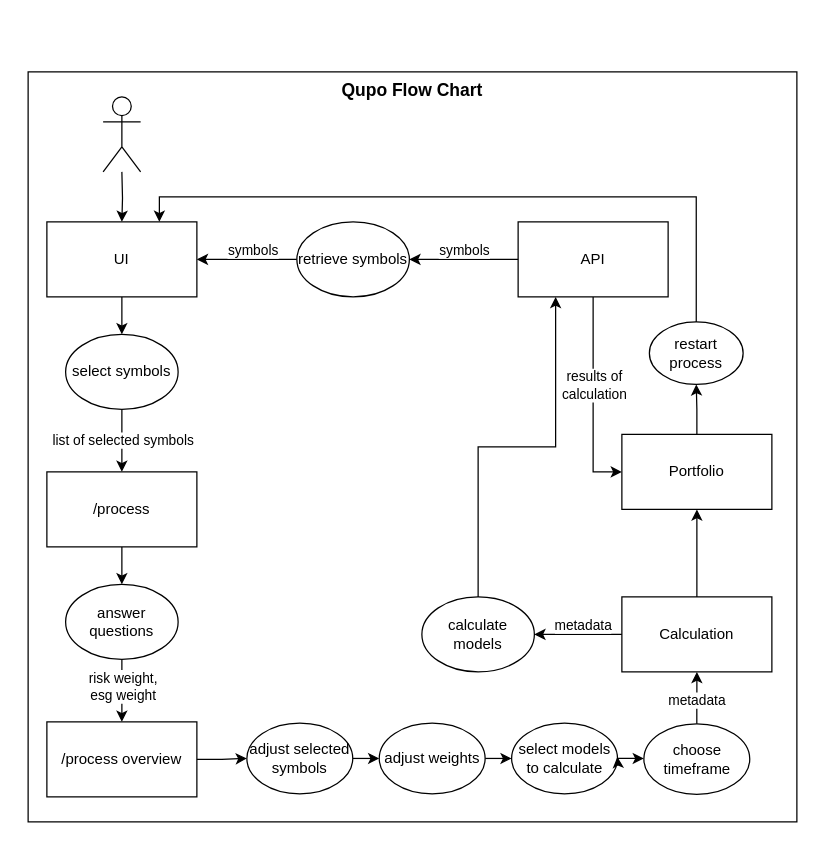
This is docs/arch/Qupo_Flow_Chart.drawio from openkfw/qupo, a draw.io file, before an edit. Source tidied: cells renumbered, new cells numbered last; positions are measured from the earlier drawing's top-left corner, leaving out a move shared by most shapes. Both pictures are drawn from the tidied source at 125%, with x=0, y=0 at pixel (28, 71).
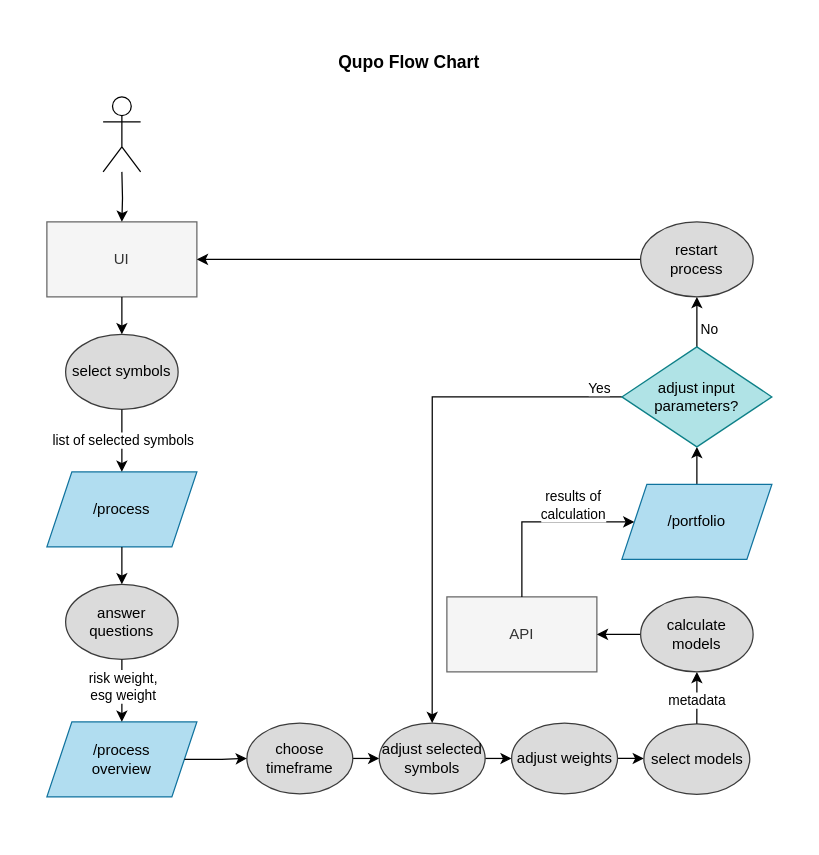
Above is the later version.

The change refers to these unchanged cells:
```xml
<mxCell id="21" style="group;" parent="2" vertex="1">
  <mxGeometry x="160" y="501" width="402.4" height="60" as="geometry" />
</mxCell>
```

Change to the diagram source:
```diff
@@
     <mxCell id="2" style="group;" parent="1" vertex="1">
-      <mxGeometry x="15" y="20" width="600" height="580" as="geometry" />
+      <mxGeometry x="15" y="20" width="600" height="590" as="geometry" />
     </mxCell>
-    <mxCell id="3" value="&lt;font style=&quot;font-size: 14px;&quot;&gt;&lt;b&gt;Qupo Flow Chart&lt;/b&gt;&lt;/font&gt;" style="rounded=0;whiteSpace=wrap;html=1;verticalAlign=top;" parent="2" vertex="1">
-      <mxGeometry x="-15" y="-20" width="615" height="600" as="geometry" />
+    <mxCell id="3" value="&lt;font style=&quot;font-size: 14px;&quot;&gt;&lt;b&gt;&lt;br&gt;Qupo Flow Chart&lt;/b&gt;&lt;/font&gt;" style="rounded=0;whiteSpace=wrap;html=1;verticalAlign=top;strokeColor=none;" parent="2" vertex="1">
+      <mxGeometry x="-20" y="-60" width="620" height="640" as="geometry" />
     </mxCell>
-    <mxCell id="4" value="UI" style="rounded=0;whiteSpace=wrap;html=1;" parent="2" vertex="1">
+    <mxCell id="4" value="UI" style="rounded=0;whiteSpace=wrap;html=1;strokeColor=#666666;fillColor=#f5f5f5;fontColor=#333333;" parent="2" vertex="1">
       <mxGeometry y="100" width="120" height="60" as="geometry" />
     </mxCell>
-    <mxCell id="5" value="API" style="rounded=0;whiteSpace=wrap;html=1;" parent="2" vertex="1">
-      <mxGeometry x="377" y="100" width="120" height="60" as="geometry" />
+    <mxCell id="5" value="API" style="rounded=0;whiteSpace=wrap;html=1;fillColor=#f5f5f5;strokeColor=#666666;fontColor=#333333;" parent="2" vertex="1">
+      <mxGeometry x="320" y="400" width="120" height="60" as="geometry" />
     </mxCell>
-    <mxCell id="6" style="edgeStyle=orthogonalEdgeStyle;rounded=0;jettySize=auto;html=1;exitX=0;exitY=0.5;exitDx=0;exitDy=0;entryX=1;entryY=0.5;entryDx=0;entryDy=0;" parent="2" edge="1" source="8" target="4">
-      <mxGeometry relative="1" as="geometry" />
-    </mxCell>
-    <mxCell id="7" value="symbols" style="edgeLabel;html=1;align=center;verticalAlign=middle;" parent="6" vertex="1">
-      <mxGeometry x="0.03" y="2" relative="1" as="geometry">
-        <mxPoint x="5" y="-10" as="offset" />
-      </mxGeometry>
-    </mxCell>
-    <mxCell id="8" value="retrieve symbols" style="ellipse;whiteSpace=wrap;html=1;" parent="2" vertex="1">
-      <mxGeometry x="200" y="100" width="90" height="60" as="geometry" />
-    </mxCell>
-    <mxCell id="9" style="edgeStyle=orthogonalEdgeStyle;rounded=0;jettySize=auto;html=1;exitX=0;exitY=0.5;exitDx=0;exitDy=0;" parent="2" edge="1" source="5" target="8">
-      <mxGeometry relative="1" as="geometry" />
-    </mxCell>
-    <mxCell id="10" value="symbols" style="edgeLabel;html=1;align=center;verticalAlign=middle;" parent="9" vertex="1">
-      <mxGeometry x="0.12" y="3" relative="1" as="geometry">
-        <mxPoint x="5" y="-11" as="offset" />
-      </mxGeometry>
-    </mxCell>
-    <mxCell id="11" value="select symbols" style="ellipse;whiteSpace=wrap;html=1;" parent="2" vertex="1">
+    <mxCell id="11" value="select symbols" style="ellipse;whiteSpace=wrap;html=1;fillColor=#DBDBDB;strokeColor=#3B3B3B;" parent="2" vertex="1">
       <mxGeometry x="15" y="190" width="90" height="60" as="geometry" />
     </mxCell>
@@
-    <mxCell id="13" value="/process" style="rounded=0;whiteSpace=wrap;html=1;" parent="2" vertex="1">
+    <mxCell id="13" value="/process" style="shape=parallelogram;perimeter=parallelogramPerimeter;whiteSpace=wrap;html=1;fixedSize=1;fillColor=#b1ddf0;strokeColor=#10739e;" parent="2" vertex="1">
       <mxGeometry y="300" width="120" height="60" as="geometry" />
     </mxCell>
@@
-    <mxCell id="16" value="answer questions" style="ellipse;whiteSpace=wrap;html=1;" parent="2" vertex="1">
+    <mxCell id="16" value="answer questions" style="ellipse;whiteSpace=wrap;html=1;fillColor=#DBDBDB;strokeColor=#3B3B3B;" parent="2" vertex="1">
       <mxGeometry x="15" y="390" width="90" height="60" as="geometry" />
     </mxCell>
@@
-    <mxCell id="18" value="/process overview" style="rounded=0;whiteSpace=wrap;html=1;" parent="2" vertex="1">
+    <mxCell id="18" value="/process&lt;br&gt;overview" style="shape=parallelogram;perimeter=parallelogramPerimeter;whiteSpace=wrap;html=1;fixedSize=1;fillColor=#b1ddf0;strokeColor=#10739e;" parent="2" vertex="1">
       <mxGeometry y="500" width="120" height="60" as="geometry" />
     </mxCell>
@@
-    <mxCell id="23" value="adjust selected symbols" style="ellipse;whiteSpace=wrap;html=1;" parent="21" vertex="1">
+    <mxCell id="23" value="choose timeframe" style="ellipse;whiteSpace=wrap;html=1;fillColor=#DBDBDB;strokeColor=#3B3B3B;" parent="21" vertex="1">
       <mxGeometry width="84.7" height="56.5" as="geometry" />
     </mxCell>
@@
-    <mxCell id="25" value="adjust weights" style="ellipse;whiteSpace=wrap;html=1;" parent="21" vertex="1">
+    <mxCell id="25" value="adjust selected symbols" style="ellipse;whiteSpace=wrap;html=1;fillColor=#DBDBDB;strokeColor=#3B3B3B;" parent="21" vertex="1">
       <mxGeometry x="105.9" width="84.7" height="56.5" as="geometry" />
     </mxCell>
@@
-    <mxCell id="27" value="select models to calculate" style="ellipse;whiteSpace=wrap;html=1;" parent="21" vertex="1">
+    <mxCell id="27" value="adjust weights" style="ellipse;whiteSpace=wrap;html=1;fillColor=#DBDBDB;strokeColor=#3B3B3B;" parent="21" vertex="1">
       <mxGeometry x="211.8" width="84.7" height="56.5" as="geometry" />
     </mxCell>
-    <mxCell id="28" value="choose timeframe" style="ellipse;whiteSpace=wrap;html=1;" parent="21" vertex="1">
+    <mxCell id="28" value="select models" style="ellipse;whiteSpace=wrap;html=1;fillColor=#DBDBDB;strokeColor=#3B3B3B;" parent="21" vertex="1">
       <mxGeometry x="317.6" y="0.5" width="84.7" height="56.5" as="geometry" />
     </mxCell>
@@
-    <mxCell id="30" style="edgeStyle=orthogonalEdgeStyle;rounded=0;jettySize=auto;html=1;exitX=1;exitY=0.5;exitDx=0;exitDy=0;" parent="2" edge="1" source="27">
-      <mxGeometry relative="1" as="geometry">
-        <mxPoint x="456.4" y="528" as="targetPoint" />
-      </mxGeometry>
-    </mxCell>
-    <mxCell id="31" value="Calculation" style="rounded=0;whiteSpace=wrap;html=1;" parent="2" vertex="1">
-      <mxGeometry x="460" y="400" width="120" height="60" as="geometry" />
-    </mxCell>
-    <mxCell id="32" style="edgeStyle=orthogonalEdgeStyle;rounded=0;jettySize=auto;html=1;exitX=0.5;exitY=0;exitDx=0;exitDy=0;entryX=0.5;entryY=1;entryDx=0;entryDy=0;" parent="2" edge="1" source="28" target="31">
-      <mxGeometry relative="1" as="geometry" />
+    <mxCell id="32" style="edgeStyle=orthogonalEdgeStyle;rounded=0;jettySize=auto;html=1;exitX=0.5;exitY=0;exitDx=0;exitDy=0;entryX=0.5;entryY=1;entryDx=0;entryDy=0;" parent="2" edge="1" source="28">
+      <mxGeometry relative="1" as="geometry">
+        <mxPoint x="520" y="460" as="targetPoint" />
+      </mxGeometry>
     </mxCell>
@@
-    <mxCell id="34" style="edgeStyle=orthogonalEdgeStyle;rounded=0;jettySize=auto;html=1;exitX=0.5;exitY=0;exitDx=0;exitDy=0;entryX=0.75;entryY=0;entryDx=0;entryDy=0;" parent="2" edge="1" source="45" target="4">
-      <mxGeometry relative="1" as="geometry" />
-    </mxCell>
+    <mxCell id="47" style="edgeStyle=orthogonalEdgeStyle;rounded=0;jettySize=auto;html=1;exitX=0.5;exitY=0;exitDx=0;exitDy=0;entryX=0.5;entryY=1;entryDx=0;entryDy=0;" parent="2" edge="1" source="35" target="52">
+      <mxGeometry relative="1" as="geometry" />
+    </mxCell>
-    <mxCell id="35" value="Portfolio" style="rounded=0;whiteSpace=wrap;html=1;" parent="2" vertex="1">
-      <mxGeometry x="460" y="270" width="120" height="60" as="geometry" />
+    <mxCell id="35" value="/portfolio" style="shape=parallelogram;perimeter=parallelogramPerimeter;whiteSpace=wrap;html=1;fixedSize=1;fillColor=#b1ddf0;strokeColor=#10739e;" parent="2" vertex="1">
+      <mxGeometry x="460" y="310" width="120" height="60" as="geometry" />
     </mxCell>
-    <mxCell id="36" style="edgeStyle=orthogonalEdgeStyle;rounded=0;jettySize=auto;html=1;exitX=0.5;exitY=1;exitDx=0;exitDy=0;entryX=0;entryY=0.5;entryDx=0;entryDy=0;" parent="2" edge="1" source="5" target="35">
-      <mxGeometry relative="1" as="geometry" />
+    <mxCell id="36" style="edgeStyle=orthogonalEdgeStyle;rounded=0;jettySize=auto;html=1;exitX=0.5;exitY=0;exitDx=0;exitDy=0;entryX=0;entryY=0.5;entryDx=0;entryDy=0;" parent="2" edge="1" source="5" target="35">
+      <mxGeometry relative="1" as="geometry">
+        <Array as="points">
+          <mxPoint x="380" y="340" />
+        </Array>
+      </mxGeometry>
     </mxCell>
     <mxCell id="37" value="results of&lt;br&gt;calculation" style="edgeLabel;html=1;align=center;verticalAlign=middle;" parent="36" vertex="1">
       <mxGeometry x="0.2" y="-2" relative="1" as="geometry">
-        <mxPoint x="2" y="-28" as="offset" />
+        <mxPoint x="10" y="-16" as="offset" />
       </mxGeometry>
     </mxCell>
-    <mxCell id="38" style="edgeStyle=orthogonalEdgeStyle;rounded=0;jettySize=auto;html=1;exitX=0.5;exitY=0;exitDx=0;exitDy=0;entryX=0.5;entryY=1;entryDx=0;entryDy=0;" parent="2" edge="1" source="31" target="35">
-      <mxGeometry relative="1" as="geometry" />
-    </mxCell>
-    <mxCell id="39" style="edgeStyle=orthogonalEdgeStyle;rounded=0;jettySize=auto;html=1;exitX=0.5;exitY=0;exitDx=0;exitDy=0;entryX=0.25;entryY=1;entryDx=0;entryDy=0;" parent="2" edge="1" source="40" target="5">
+    <mxCell id="39" style="edgeStyle=orthogonalEdgeStyle;rounded=0;jettySize=auto;html=1;exitX=0;exitY=0.5;exitDx=0;exitDy=0;entryX=1;entryY=0.5;entryDx=0;entryDy=0;" parent="2" edge="1" source="40" target="5">
       <mxGeometry relative="1" as="geometry" />
     </mxCell>
-    <mxCell id="40" value="calculate models" style="ellipse;whiteSpace=wrap;html=1;" parent="2" vertex="1">
-      <mxGeometry x="300" y="400" width="90" height="60" as="geometry" />
+    <mxCell id="40" value="calculate models" style="ellipse;whiteSpace=wrap;html=1;fillColor=#DBDBDB;strokeColor=#3B3B3B;" parent="2" vertex="1">
+      <mxGeometry x="475" y="400" width="90" height="60" as="geometry" />
     </mxCell>
-    <mxCell id="41" style="edgeStyle=orthogonalEdgeStyle;rounded=0;jettySize=auto;html=1;exitX=0;exitY=0.5;exitDx=0;exitDy=0;entryX=1;entryY=0.5;entryDx=0;entryDy=0;" parent="2" edge="1" source="31" target="40">
-      <mxGeometry relative="1" as="geometry" />
-    </mxCell>
-    <mxCell id="42" value="metadata" style="edgeLabel;html=1;align=center;verticalAlign=middle;" parent="41" vertex="1">
-      <mxGeometry x="-0.1" relative="1" as="geometry">
-        <mxPoint y="-8" as="offset" />
-      </mxGeometry>
-    </mxCell>
@@
+    <mxCell id="34" style="edgeStyle=orthogonalEdgeStyle;rounded=0;jettySize=auto;html=1;exitX=0;exitY=0.5;exitDx=0;exitDy=0;entryX=1;entryY=0.5;entryDx=0;entryDy=0;" parent="2" edge="1" source="45" target="4">
+      <mxGeometry relative="1" as="geometry" />
+    </mxCell>
-    <mxCell id="45" value="restart &lt;br&gt;process" style="ellipse;whiteSpace=wrap;html=1;" parent="2" vertex="1">
-      <mxGeometry x="482" y="180" width="75" height="50" as="geometry" />
+    <mxCell id="45" value="restart &lt;br&gt;process" style="ellipse;whiteSpace=wrap;html=1;fillColor=#DBDBDB;strokeColor=#3B3B3B;" parent="2" vertex="1">
+      <mxGeometry x="475" y="100" width="90" height="60" as="geometry" />
     </mxCell>
-    <mxCell id="46" style="edgeStyle=orthogonalEdgeStyle;rounded=0;jettySize=auto;html=1;exitX=0.5;exitY=0;exitDx=0;exitDy=0;entryX=0.5;entryY=1;entryDx=0;entryDy=0;" parent="2" edge="1" source="35" target="45">
-      <mxGeometry relative="1" as="geometry" />
-    </mxCell>
+    <mxCell id="48" style="edgeStyle=orthogonalEdgeStyle;rounded=0;jettySize=auto;html=1;exitX=0.5;exitY=0;exitDx=0;exitDy=0;entryX=0.5;entryY=1;entryDx=0;entryDy=0;" parent="2" edge="1" source="52" target="45">
+      <mxGeometry relative="1" as="geometry" />
+    </mxCell>
+    <mxCell id="49" value="No" style="edgeLabel;html=1;align=center;verticalAlign=middle;" parent="48" vertex="1">
+      <mxGeometry x="-0.46" y="-4" relative="1" as="geometry">
+        <mxPoint x="5" y="-4" as="offset" />
+      </mxGeometry>
+    </mxCell>
+    <mxCell id="50" style="edgeStyle=orthogonalEdgeStyle;rounded=0;jettySize=auto;html=1;exitX=0;exitY=0.5;exitDx=0;exitDy=0;entryX=0.5;entryY=0;entryDx=0;entryDy=0;" parent="2" edge="1" source="52" target="25">
+      <mxGeometry relative="1" as="geometry" />
+    </mxCell>
+    <mxCell id="51" value="Yes" style="edgeLabel;html=1;align=center;verticalAlign=middle;" parent="50" vertex="1">
+      <mxGeometry x="-0.71" y="1" relative="1" as="geometry">
+        <mxPoint x="41" y="-9" as="offset" />
+      </mxGeometry>
+    </mxCell>
+    <mxCell id="52" value="adjust input&lt;br&gt;parameters?" style="rhombus;whiteSpace=wrap;html=1;fillColor=#b0e3e6;strokeColor=#0e8088;" parent="2" vertex="1">
+      <mxGeometry x="460" y="200" width="120" height="80" as="geometry" />
+    </mxCell>
```
